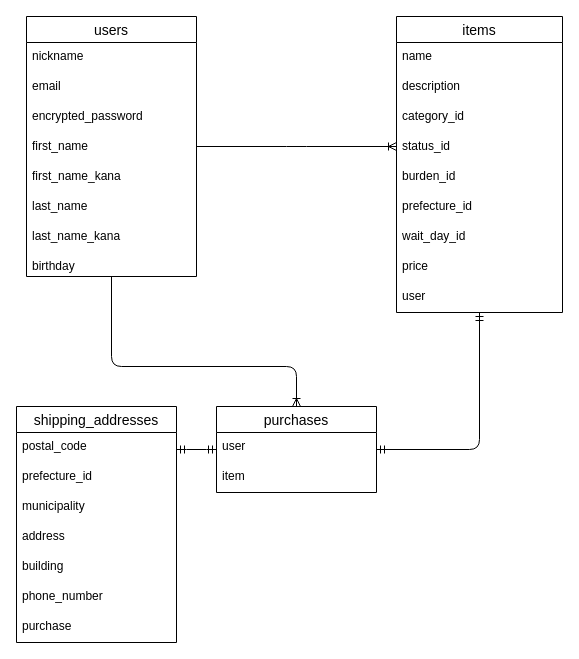
Above: ER.dio in choragon0511/furima-29627 (draw.io), before the change. Source tidied: cells renumbered, new cells numbered last; positions are measured from the earlier drawing's top-left corner, leaving out a move shared by most shapes. Both pictures are drawn from the tidied source at 100%, with x=0, y=0 at pixel (16, 16).
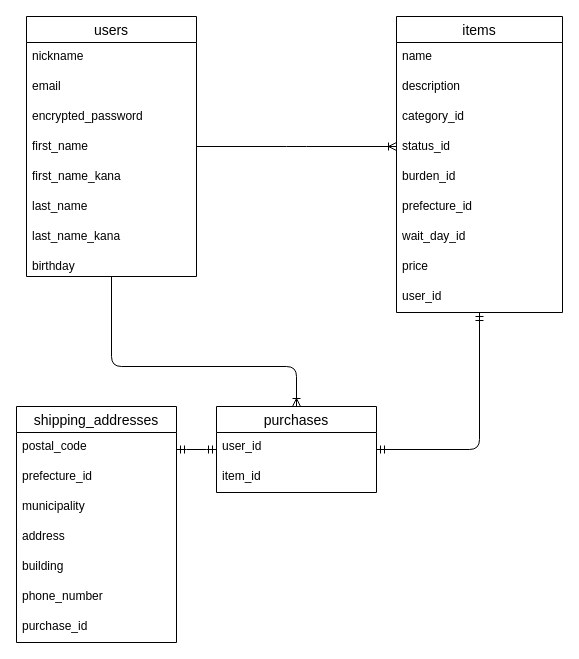
The same diagram, later.

The change refers to these unchanged cells:
```xml
<mxCell id="2" value="items" style="swimlane;fontStyle=0;horizontal=1;startSize=26;align=center;fontSize=14;" parent="1" vertex="1">
  <mxGeometry x="380" width="166" height="296" as="geometry" />
</mxCell>
<mxCell id="22" value="purchases" style="swimlane;fontStyle=0;horizontal=1;startSize=26;align=center;fontSize=14;" parent="1" vertex="1">
  <mxGeometry x="200" y="390" width="160" height="86" as="geometry" />
</mxCell>
<mxCell id="25" value="shipping_addresses" style="swimlane;fontStyle=0;horizontal=1;startSize=26;align=center;fontSize=14;direction=east;" parent="1" vertex="1">
  <mxGeometry y="390" width="160" height="236" as="geometry" />
</mxCell>
```

Change to the diagram source:
```diff
@@
-    <mxCell id="11" value="user" style="text;strokeColor=none;fillColor=none;spacingLeft=4;spacingRight=4;overflow=hidden;fontSize=12;align=left;shadow=1;" parent="2" vertex="1">
+    <mxCell id="11" value="user_id" style="text;strokeColor=none;fillColor=none;spacingLeft=4;spacingRight=4;overflow=hidden;fontSize=12;align=left;shadow=1;" parent="2" vertex="1">
       <mxGeometry y="266" width="166" height="30" as="geometry" />
     </mxCell>
@@
-    <mxCell id="23" value="user" style="text;strokeColor=none;fillColor=none;spacingLeft=4;spacingRight=4;overflow=hidden;fontSize=12;" parent="22" vertex="1">
+    <mxCell id="23" value="user_id" style="text;strokeColor=none;fillColor=none;spacingLeft=4;spacingRight=4;overflow=hidden;fontSize=12;" parent="22" vertex="1">
       <mxGeometry y="26" width="160" height="30" as="geometry" />
     </mxCell>
-    <mxCell id="24" value="item" style="text;strokeColor=none;fillColor=none;spacingLeft=4;spacingRight=4;overflow=hidden;fontSize=12;" parent="22" vertex="1">
+    <mxCell id="24" value="item_id" style="text;strokeColor=none;fillColor=none;spacingLeft=4;spacingRight=4;overflow=hidden;fontSize=12;" parent="22" vertex="1">
       <mxGeometry y="56" width="160" height="30" as="geometry" />
     </mxCell>
@@
-    <mxCell id="32" value="purchase" style="text;strokeColor=none;fillColor=none;spacingLeft=4;spacingRight=4;overflow=hidden;fontSize=12;align=left;shadow=1;" parent="25" vertex="1">
+    <mxCell id="32" value="purchase_id" style="text;strokeColor=none;fillColor=none;spacingLeft=4;spacingRight=4;overflow=hidden;fontSize=12;align=left;shadow=1;" parent="25" vertex="1">
       <mxGeometry y="206" width="160" height="30" as="geometry" />
     </mxCell>
```
